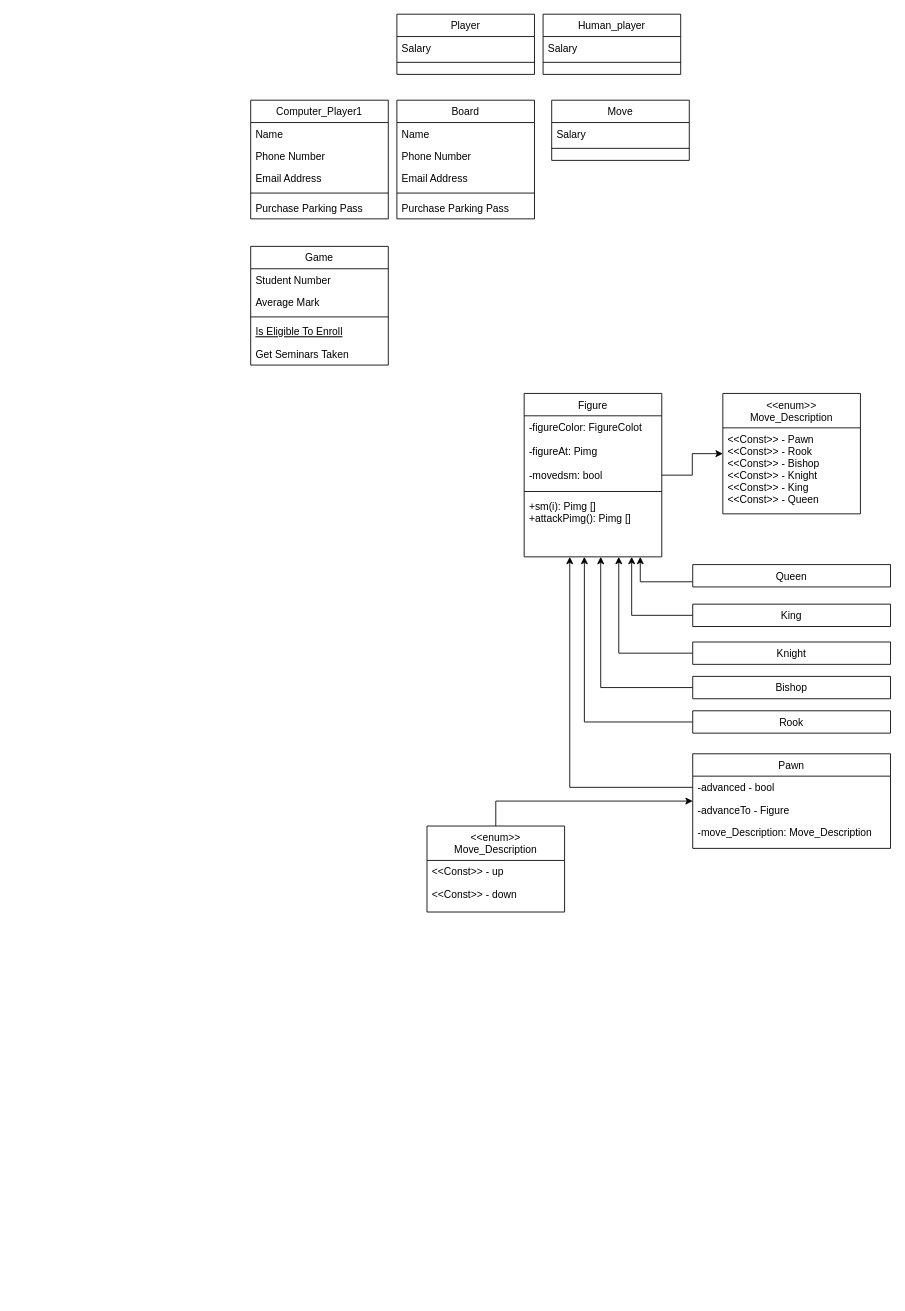
Before: Untitled Diagram.drawio in Daniil-max-beep/calend, a draw.io diagram. Source tidied: cells renumbered, new cells numbered last; positions are measured from the earlier drawing's top-left corner, leaving out a move shared by most shapes. Both pictures are drawn from the tidied source at 86%, with x=0, y=0 at pixel (250, 14).
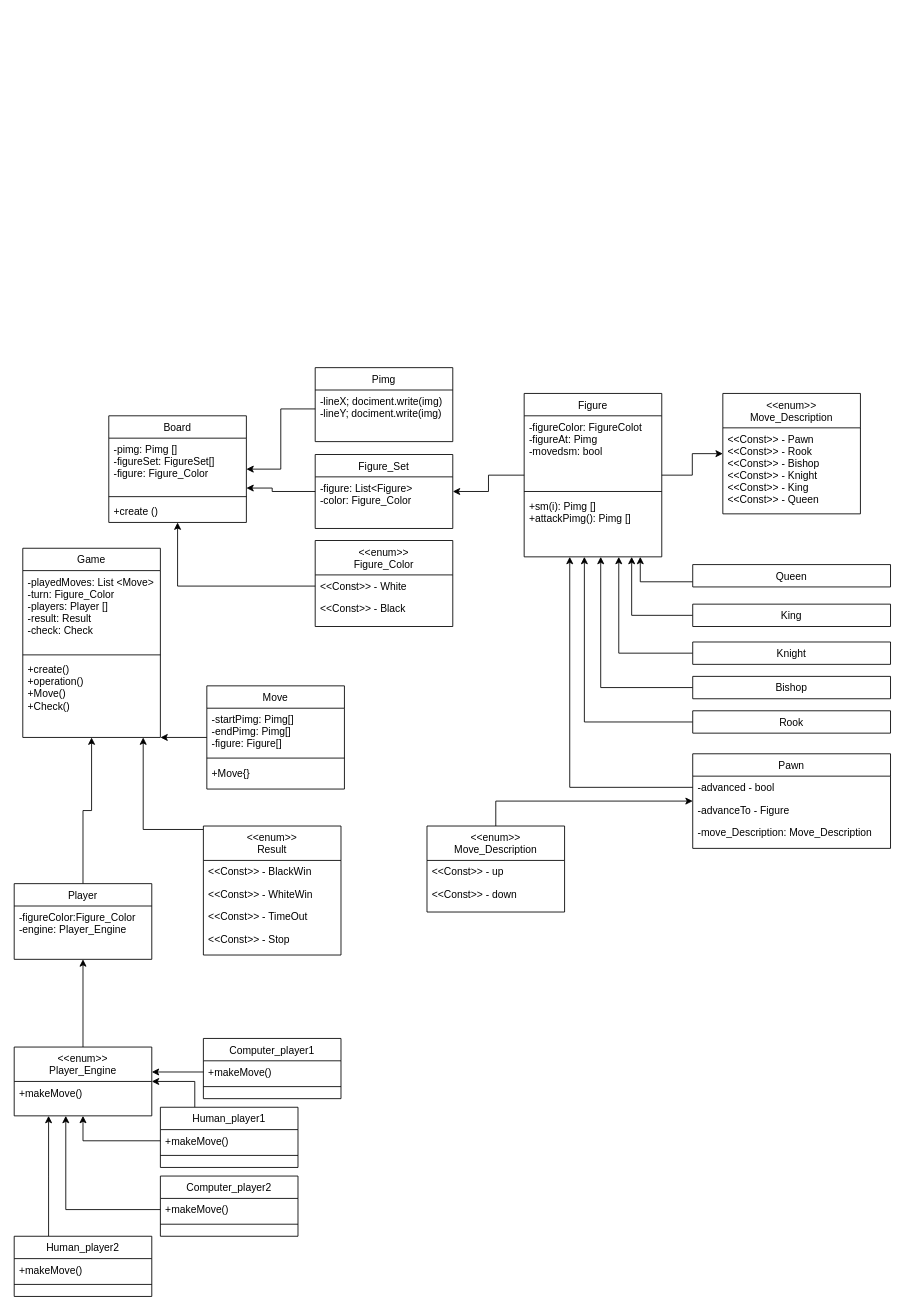
Above is the later version.

The change refers to these unchanged cells:
```xml
<mxCell id="28" value="Figure" style="swimlane;fontStyle=0;align=center;verticalAlign=top;horizontal=1;startSize=26;rounded=0;shadow=0;strokeWidth=1;" parent="1" vertex="1">
  <mxGeometry x="318" y="441" width="160" height="190" as="geometry" />
</mxCell>
```

Change to the diagram source:
```diff
@@
     <mxCell id="2" value="Board" style="swimlane;fontStyle=0;align=center;verticalAlign=top;horizontal=1;startSize=26;rounded=0;shadow=0;strokeWidth=1;" parent="1" vertex="1">
-      <mxGeometry x="170" y="100" width="160" height="138" as="geometry" />
+      <mxGeometry x="-165" y="467" width="160" height="124" as="geometry" />
     </mxCell>
-    <mxCell id="3" value="Name" style="text;align=left;verticalAlign=top;spacingLeft=4;spacingRight=4;overflow=hidden;" parent="2" vertex="1">
-      <mxGeometry y="26" width="160" height="26" as="geometry" />
-    </mxCell>
-    <mxCell id="4" value="Phone Number" style="text;align=left;verticalAlign=top;spacingLeft=4;spacingRight=4;overflow=hidden;points=[[0,0.5],[1,0.5]];portConstraint=eastwest;rounded=0;shadow=0;html=0;" parent="2" vertex="1">
-      <mxGeometry y="52" width="160" height="26" as="geometry" />
+    <mxCell id="4" value="-pimg: Pimg []&#10;-figureSet: FigureSet[]&#10;-figure: Figure_Color" style="text;align=left;verticalAlign=top;spacingLeft=4;spacingRight=4;overflow=hidden;points=[[0,0.5],[1,0.5]];portConstraint=eastwest;rounded=0;shadow=0;html=0;" parent="2" vertex="1">
+      <mxGeometry y="26" width="160" height="64" as="geometry" />
     </mxCell>
-    <mxCell id="5" value="Email Address" style="text;align=left;verticalAlign=top;spacingLeft=4;spacingRight=4;overflow=hidden;rounded=0;shadow=0;html=0;" parent="2" vertex="1">
-      <mxGeometry y="78" width="160" height="26" as="geometry" />
-    </mxCell>
     <mxCell id="6" style="line;html=1;strokeWidth=1;align=left;verticalAlign=middle;spacingTop=-1;spacingLeft=3;spacingRight=3;labelPosition=right;" parent="2" vertex="1">
-      <mxGeometry y="104" width="160" height="8" as="geometry" />
+      <mxGeometry y="90" width="160" height="8" as="geometry" />
     </mxCell>
-    <mxCell id="7" value="Purchase Parking Pass" style="text;align=left;verticalAlign=top;spacingLeft=4;spacingRight=4;overflow=hidden;" parent="2" vertex="1">
-      <mxGeometry y="112" width="160" height="26" as="geometry" />
+    <mxCell id="7" value="+create ()" style="text;align=left;verticalAlign=top;spacingLeft=4;spacingRight=4;overflow=hidden;" parent="2" vertex="1">
+      <mxGeometry y="98" width="160" height="26" as="geometry" />
     </mxCell>
     <mxCell id="8" value="Game" style="swimlane;fontStyle=0;align=center;verticalAlign=top;horizontal=1;startSize=26;rounded=0;shadow=0;strokeWidth=1;" parent="1" vertex="1">
-      <mxGeometry y="270" width="160" height="138" as="geometry" />
+      <mxGeometry x="-265" y="621" width="160" height="220" as="geometry" />
     </mxCell>
-    <mxCell id="9" value="Student Number" style="text;align=left;verticalAlign=top;spacingLeft=4;spacingRight=4;overflow=hidden;" parent="8" vertex="1">
-      <mxGeometry y="26" width="160" height="26" as="geometry" />
+    <mxCell id="9" value="-playedMoves: List &lt;Move&gt;&#10;-turn: Figure_Color&#10;-players: Player []&#10;-result: Result&#10;-check: Check" style="text;align=left;verticalAlign=top;spacingLeft=4;spacingRight=4;overflow=hidden;" parent="8" vertex="1">
+      <mxGeometry y="26" width="160" height="94" as="geometry" />
     </mxCell>
-    <mxCell id="10" value="Average Mark" style="text;align=left;verticalAlign=top;spacingLeft=4;spacingRight=4;overflow=hidden;rounded=0;shadow=0;html=0;" parent="8" vertex="1">
-      <mxGeometry y="52" width="160" height="26" as="geometry" />
-    </mxCell>
     <mxCell id="11" style="line;html=1;strokeWidth=1;align=left;verticalAlign=middle;spacingTop=-1;spacingLeft=3;spacingRight=3;labelPosition=right;" parent="8" vertex="1">
-      <mxGeometry y="78" width="160" height="8" as="geometry" />
+      <mxGeometry y="120" width="160" height="8" as="geometry" />
     </mxCell>
-    <mxCell id="12" value="Is Eligible To Enroll" style="text;align=left;verticalAlign=top;spacingLeft=4;spacingRight=4;overflow=hidden;fontStyle=4;" parent="8" vertex="1">
-      <mxGeometry y="86" width="160" height="26" as="geometry" />
-    </mxCell>
-    <mxCell id="13" value="Get Seminars Taken" style="text;align=left;verticalAlign=top;spacingLeft=4;spacingRight=4;overflow=hidden;" parent="8" vertex="1">
-      <mxGeometry y="112" width="160" height="26" as="geometry" />
+    <mxCell id="13" value="+create()&#10;+operation()&#10;+Move()&#10;+Check()" style="text;align=left;verticalAlign=top;spacingLeft=4;spacingRight=4;overflow=hidden;" parent="8" vertex="1">
+      <mxGeometry y="128" width="160" height="74" as="geometry" />
     </mxCell>
-    <mxCell id="14" value="Player" style="swimlane;fontStyle=0;align=center;verticalAlign=top;horizontal=1;startSize=26;rounded=0;shadow=0;strokeWidth=1;" parent="1" vertex="1">
-      <mxGeometry x="170" width="160" height="70" as="geometry" />
-    </mxCell>
-    <mxCell id="15" value="Salary" style="text;align=left;verticalAlign=top;spacingLeft=4;spacingRight=4;overflow=hidden;" parent="14" vertex="1">
-      <mxGeometry y="26" width="160" height="26" as="geometry" />
-    </mxCell>
-    <mxCell id="16" style="line;html=1;strokeWidth=1;align=left;verticalAlign=middle;spacingTop=-1;spacingLeft=3;spacingRight=3;labelPosition=right;" parent="14" vertex="1">
-      <mxGeometry y="52" width="160" height="8" as="geometry" />
-    </mxCell>
-    <mxCell id="17" value="Computer_Player1" style="swimlane;fontStyle=0;align=center;verticalAlign=top;horizontal=1;startSize=26;rounded=0;shadow=0;strokeWidth=1;" parent="1" vertex="1">
-      <mxGeometry y="100" width="160" height="138" as="geometry" />
-    </mxCell>
-    <mxCell id="18" value="Name" style="text;align=left;verticalAlign=top;spacingLeft=4;spacingRight=4;overflow=hidden;" parent="17" vertex="1">
-      <mxGeometry y="26" width="160" height="26" as="geometry" />
-    </mxCell>
-    <mxCell id="19" value="Phone Number" style="text;align=left;verticalAlign=top;spacingLeft=4;spacingRight=4;overflow=hidden;rounded=0;shadow=0;html=0;" parent="17" vertex="1">
-      <mxGeometry y="52" width="160" height="26" as="geometry" />
-    </mxCell>
-    <mxCell id="20" value="Email Address" style="text;align=left;verticalAlign=top;spacingLeft=4;spacingRight=4;overflow=hidden;rounded=0;shadow=0;html=0;" parent="17" vertex="1">
-      <mxGeometry y="78" width="160" height="26" as="geometry" />
-    </mxCell>
-    <mxCell id="21" style="line;html=1;strokeWidth=1;align=left;verticalAlign=middle;spacingTop=-1;spacingLeft=3;spacingRight=3;labelPosition=right;" parent="17" vertex="1">
-      <mxGeometry y="104" width="160" height="8" as="geometry" />
-    </mxCell>
-    <mxCell id="22" value="Purchase Parking Pass" style="text;align=left;verticalAlign=top;spacingLeft=4;spacingRight=4;overflow=hidden;" parent="17" vertex="1">
-      <mxGeometry y="112" width="160" height="26" as="geometry" />
-    </mxCell>
@@
+    <mxCell id="55" style="edgeStyle=orthogonalEdgeStyle;rounded=0;jettySize=auto;html=1;" parent="1" edge="1" source="28" target="67">
+      <mxGeometry relative="1" as="geometry" />
+    </mxCell>
@@
-    <mxCell id="29" value="-figureColor: FigureColot&#10;&#10;-figureAt: Pimg&#10;&#10;-movedsm: bool" style="text;align=left;verticalAlign=top;spacingLeft=4;spacingRight=4;overflow=hidden;" parent="28" vertex="1">
+    <mxCell id="29" value="-figureColor: FigureColot&#10;-figureAt: Pimg&#10;-movedsm: bool" style="text;align=left;verticalAlign=top;spacingLeft=4;spacingRight=4;overflow=hidden;" parent="28" vertex="1">
       <mxGeometry y="26" width="160" height="84" as="geometry" />
     </mxCell>
@@
+    <mxCell id="56" style="edgeStyle=orthogonalEdgeStyle;rounded=0;jettySize=auto;html=1;" parent="1" edge="1" source="32" target="88">
+      <mxGeometry relative="1" as="geometry">
+        <Array as="points">
+          <mxPoint x="-65" y="1241" />
+        </Array>
+      </mxGeometry>
+    </mxCell>
-    <mxCell id="32" value="Human_player" style="swimlane;fontStyle=0;align=center;verticalAlign=top;horizontal=1;startSize=26;rounded=0;shadow=0;strokeWidth=1;" parent="1" vertex="1">
-      <mxGeometry x="340" width="160" height="70" as="geometry" />
+    <mxCell id="32" value="Human_player1" style="swimlane;fontStyle=0;align=center;verticalAlign=top;horizontal=1;startSize=26;rounded=0;shadow=0;strokeWidth=1;" parent="1" vertex="1">
+      <mxGeometry x="-105" y="1271" width="160" height="70" as="geometry" />
     </mxCell>
-    <mxCell id="33" value="Salary" style="text;align=left;verticalAlign=top;spacingLeft=4;spacingRight=4;overflow=hidden;points=[[0,0.5],[1,0.5]];portConstraint=eastwest;" parent="32" vertex="1">
+    <mxCell id="33" value="+makeMove()" style="text;align=left;verticalAlign=top;spacingLeft=4;spacingRight=4;overflow=hidden;points=[[0,0.5],[1,0.5]];portConstraint=eastwest;" parent="32" vertex="1">
       <mxGeometry y="26" width="160" height="26" as="geometry" />
     </mxCell>
@@
+    <mxCell id="57" style="edgeStyle=orthogonalEdgeStyle;rounded=0;jettySize=auto;html=1;" parent="1" edge="1" source="35" target="8">
+      <mxGeometry relative="1" as="geometry">
+        <Array as="points">
+          <mxPoint x="-35" y="781" />
+          <mxPoint x="-35" y="781" />
+        </Array>
+      </mxGeometry>
+    </mxCell>
     <mxCell id="35" value="Move" style="swimlane;fontStyle=0;align=center;verticalAlign=top;horizontal=1;startSize=26;rounded=0;shadow=0;strokeWidth=1;" parent="1" vertex="1">
-      <mxGeometry x="350" y="100" width="160" height="70" as="geometry" />
+      <mxGeometry x="-51" y="781" width="160" height="120" as="geometry" />
     </mxCell>
-    <mxCell id="36" value="Salary" style="text;align=left;verticalAlign=top;spacingLeft=4;spacingRight=4;overflow=hidden;" parent="35" vertex="1">
-      <mxGeometry y="26" width="160" height="26" as="geometry" />
+    <mxCell id="36" value="-startPimg: Pimg[]&#10;-endPimg: Pimg[]&#10;-figure: Figure[]&#10;" style="text;align=left;verticalAlign=top;spacingLeft=4;spacingRight=4;overflow=hidden;" parent="35" vertex="1">
+      <mxGeometry y="26" width="160" height="54" as="geometry" />
     </mxCell>
     <mxCell id="37" style="line;html=1;strokeWidth=1;align=left;verticalAlign=middle;spacingTop=-1;spacingLeft=3;spacingRight=3;labelPosition=right;" parent="35" vertex="1">
-      <mxGeometry y="52" width="160" height="8" as="geometry" />
+      <mxGeometry y="80" width="160" height="8" as="geometry" />
     </mxCell>
+    <mxCell id="58" value="+Move{}" style="text;align=left;verticalAlign=top;spacingLeft=4;spacingRight=4;overflow=hidden;" parent="35" vertex="1">
+      <mxGeometry y="88" width="160" height="32" as="geometry" />
+    </mxCell>
@@
+    <mxCell id="59" value="Pimg" style="swimlane;fontStyle=0;align=center;verticalAlign=top;horizontal=1;startSize=26;rounded=0;shadow=0;strokeWidth=1;" parent="1" vertex="1">
+      <mxGeometry x="75" y="411" width="160" height="86" as="geometry" />
+    </mxCell>
+    <mxCell id="60" value="-lineX; dociment.write(img)&#10;-lineY; dociment.write(img)" style="text;align=left;verticalAlign=top;spacingLeft=4;spacingRight=4;overflow=hidden;points=[[0,0.5],[1,0.5]];portConstraint=eastwest;" parent="59" vertex="1">
+      <mxGeometry y="26" width="160" height="44" as="geometry" />
+    </mxCell>
+    <mxCell id="61" value="&lt;&lt;enum&gt;&gt;&#10;Figure_Color" style="swimlane;fontStyle=0;align=center;verticalAlign=top;horizontal=1;startSize=40;rounded=0;shadow=0;strokeWidth=1;" parent="1" vertex="1">
+      <mxGeometry x="75" y="612" width="160" height="100" as="geometry" />
+    </mxCell>
+    <mxCell id="62" value="&lt;&lt;Const&gt;&gt; - White" style="text;align=left;verticalAlign=top;spacingLeft=4;spacingRight=4;overflow=hidden;points=[[0,0.5],[1,0.5]];portConstraint=eastwest;" parent="61" vertex="1">
+      <mxGeometry y="40" width="160" height="26" as="geometry" />
+    </mxCell>
+    <mxCell id="63" value="&lt;&lt;Const&gt;&gt; - Black" style="text;align=left;verticalAlign=top;spacingLeft=4;spacingRight=4;overflow=hidden;" parent="61" vertex="1">
+      <mxGeometry y="66" width="160" height="26" as="geometry" />
+    </mxCell>
+    <mxCell id="64" style="edgeStyle=orthogonalEdgeStyle;rounded=0;jettySize=auto;html=1;" parent="1" edge="1" source="62" target="2">
+      <mxGeometry relative="1" as="geometry" />
+    </mxCell>
+    <mxCell id="65" style="edgeStyle=orthogonalEdgeStyle;rounded=0;jettySize=auto;html=1;" parent="1" edge="1" source="60" target="2">
+      <mxGeometry relative="1" as="geometry" />
+    </mxCell>
+    <mxCell id="66" style="edgeStyle=orthogonalEdgeStyle;rounded=0;jettySize=auto;html=1;" parent="1" edge="1" source="67" target="4">
+      <mxGeometry relative="1" as="geometry">
+        <Array as="points">
+          <mxPoint x="25" y="555" />
+          <mxPoint x="25" y="551" />
+        </Array>
+      </mxGeometry>
+    </mxCell>
+    <mxCell id="67" value="Figure_Set" style="swimlane;fontStyle=0;align=center;verticalAlign=top;horizontal=1;startSize=26;rounded=0;shadow=0;strokeWidth=1;" parent="1" vertex="1">
+      <mxGeometry x="75" y="512" width="160" height="86" as="geometry" />
+    </mxCell>
+    <mxCell id="68" value="-figure: List&lt;Figure&gt;&#10;-color: Figure_Color" style="text;align=left;verticalAlign=top;spacingLeft=4;spacingRight=4;overflow=hidden;" parent="67" vertex="1">
+      <mxGeometry y="26" width="160" height="44" as="geometry" />
+    </mxCell>
+    <mxCell id="69" style="edgeStyle=orthogonalEdgeStyle;rounded=0;jettySize=auto;html=1;" parent="1" edge="1" source="70" target="8">
+      <mxGeometry relative="1" as="geometry">
+        <Array as="points">
+          <mxPoint x="-125" y="948" />
+        </Array>
+      </mxGeometry>
+    </mxCell>
+    <mxCell id="70" value="&lt;&lt;enum&gt;&gt;&#10;Result" style="swimlane;fontStyle=0;align=center;verticalAlign=top;horizontal=1;startSize=40;rounded=0;shadow=0;strokeWidth=1;" parent="1" vertex="1">
+      <mxGeometry x="-55" y="944" width="160" height="150" as="geometry" />
+    </mxCell>
+    <mxCell id="71" value="&lt;&lt;Const&gt;&gt; - BlackWin" style="text;align=left;verticalAlign=top;spacingLeft=4;spacingRight=4;overflow=hidden;" parent="70" vertex="1">
+      <mxGeometry y="40" width="160" height="26" as="geometry" />
+    </mxCell>
+    <mxCell id="72" value="&lt;&lt;Const&gt;&gt; - WhiteWin" style="text;align=left;verticalAlign=top;spacingLeft=4;spacingRight=4;overflow=hidden;" parent="70" vertex="1">
+      <mxGeometry y="66" width="160" height="26" as="geometry" />
+    </mxCell>
+    <mxCell id="73" value="&lt;&lt;Const&gt;&gt; - TimeOut" style="text;align=left;verticalAlign=top;spacingLeft=4;spacingRight=4;overflow=hidden;" parent="70" vertex="1">
+      <mxGeometry y="92" width="160" height="26" as="geometry" />
+    </mxCell>
+    <mxCell id="74" value="&lt;&lt;Const&gt;&gt; - Stop" style="text;align=left;verticalAlign=top;spacingLeft=4;spacingRight=4;overflow=hidden;" parent="70" vertex="1">
+      <mxGeometry y="118" width="160" height="26" as="geometry" />
+    </mxCell>
+    <mxCell id="75" value="Computer_player1" style="swimlane;fontStyle=0;align=center;verticalAlign=top;horizontal=1;startSize=26;rounded=0;shadow=0;strokeWidth=1;" parent="1" vertex="1">
+      <mxGeometry x="-55" y="1191" width="160" height="70" as="geometry" />
+    </mxCell>
+    <mxCell id="76" value="+makeMove()" style="text;align=left;verticalAlign=top;spacingLeft=4;spacingRight=4;overflow=hidden;points=[[0,0.5],[1,0.5]];portConstraint=eastwest;" parent="75" vertex="1">
+      <mxGeometry y="26" width="160" height="26" as="geometry" />
+    </mxCell>
+    <mxCell id="77" style="line;html=1;strokeWidth=1;align=left;verticalAlign=middle;spacingTop=-1;spacingLeft=3;spacingRight=3;labelPosition=right;" parent="75" vertex="1">
+      <mxGeometry y="52" width="160" height="8" as="geometry" />
+    </mxCell>
+    <mxCell id="78" style="edgeStyle=orthogonalEdgeStyle;rounded=0;jettySize=auto;html=1;" parent="1" edge="1" source="79" target="88">
+      <mxGeometry relative="1" as="geometry">
+        <Array as="points">
+          <mxPoint x="-235" y="1351" />
+          <mxPoint x="-235" y="1351" />
+        </Array>
+      </mxGeometry>
+    </mxCell>
+    <mxCell id="79" value="Human_player2" style="swimlane;fontStyle=0;align=center;verticalAlign=top;horizontal=1;startSize=26;rounded=0;shadow=0;strokeWidth=1;" parent="1" vertex="1">
+      <mxGeometry x="-275" y="1421" width="160" height="70" as="geometry" />
+    </mxCell>
+    <mxCell id="80" value="+makeMove()" style="text;align=left;verticalAlign=top;spacingLeft=4;spacingRight=4;overflow=hidden;" parent="79" vertex="1">
+      <mxGeometry y="26" width="160" height="26" as="geometry" />
+    </mxCell>
+    <mxCell id="81" style="line;html=1;strokeWidth=1;align=left;verticalAlign=middle;spacingTop=-1;spacingLeft=3;spacingRight=3;labelPosition=right;" parent="79" vertex="1">
+      <mxGeometry y="52" width="160" height="8" as="geometry" />
+    </mxCell>
+    <mxCell id="82" value="Computer_player2" style="swimlane;fontStyle=0;align=center;verticalAlign=top;horizontal=1;startSize=26;rounded=0;shadow=0;strokeWidth=1;" parent="1" vertex="1">
+      <mxGeometry x="-105" y="1351" width="160" height="70" as="geometry" />
+    </mxCell>
+    <mxCell id="83" value="+makeMove()" style="text;align=left;verticalAlign=top;spacingLeft=4;spacingRight=4;overflow=hidden;points=[[0,0.5],[1,0.5]];portConstraint=eastwest;" parent="82" vertex="1">
+      <mxGeometry y="26" width="160" height="26" as="geometry" />
+    </mxCell>
+    <mxCell id="84" style="line;html=1;strokeWidth=1;align=left;verticalAlign=middle;spacingTop=-1;spacingLeft=3;spacingRight=3;labelPosition=right;" parent="82" vertex="1">
+      <mxGeometry y="52" width="160" height="8" as="geometry" />
+    </mxCell>
+    <mxCell id="85" style="edgeStyle=orthogonalEdgeStyle;rounded=0;jettySize=auto;html=1;" parent="1" edge="1" source="14" target="8">
+      <mxGeometry relative="1" as="geometry" />
+    </mxCell>
+    <mxCell id="14" value="Player" style="swimlane;fontStyle=0;align=center;verticalAlign=top;horizontal=1;startSize=26;rounded=0;shadow=0;strokeWidth=1;" parent="1" vertex="1">
+      <mxGeometry x="-275" y="1011" width="160" height="88" as="geometry" />
+    </mxCell>
+    <mxCell id="86" value="-figureColor:Figure_Color&#10;-engine: Player_Engine" style="text;align=left;verticalAlign=top;spacingLeft=4;spacingRight=4;overflow=hidden;" parent="14" vertex="1">
+      <mxGeometry y="26" width="160" height="54" as="geometry" />
+    </mxCell>
+    <mxCell id="87" style="edgeStyle=orthogonalEdgeStyle;rounded=0;jettySize=auto;html=1;" parent="1" edge="1" source="88" target="14">
+      <mxGeometry relative="1" as="geometry" />
+    </mxCell>
+    <mxCell id="88" value="&lt;&lt;enum&gt;&gt;&#10;Player_Engine" style="swimlane;fontStyle=0;align=center;verticalAlign=top;horizontal=1;startSize=40;rounded=0;shadow=0;strokeWidth=1;" parent="1" vertex="1">
+      <mxGeometry x="-275" y="1201" width="160" height="80" as="geometry" />
+    </mxCell>
+    <mxCell id="89" value="+makeMove()" style="text;align=left;verticalAlign=top;spacingLeft=4;spacingRight=4;overflow=hidden;" parent="88" vertex="1">
+      <mxGeometry y="40" width="160" height="26" as="geometry" />
+    </mxCell>
+    <mxCell id="90" style="edgeStyle=orthogonalEdgeStyle;rounded=0;jettySize=auto;html=1;" parent="1" edge="1" source="83" target="88">
+      <mxGeometry relative="1" as="geometry">
+        <Array as="points">
+          <mxPoint x="-215" y="1390" />
+        </Array>
+      </mxGeometry>
+    </mxCell>
+    <mxCell id="91" style="edgeStyle=orthogonalEdgeStyle;rounded=0;jettySize=auto;html=1;" parent="1" edge="1" source="33" target="88">
+      <mxGeometry relative="1" as="geometry" />
+    </mxCell>
+    <mxCell id="92" style="edgeStyle=orthogonalEdgeStyle;rounded=0;jettySize=auto;html=1;" parent="1" edge="1" source="76" target="88">
+      <mxGeometry relative="1" as="geometry">
+        <Array as="points">
+          <mxPoint x="-35" y="1221" />
+          <mxPoint x="-35" y="1221" />
+        </Array>
+      </mxGeometry>
+    </mxCell>
```
